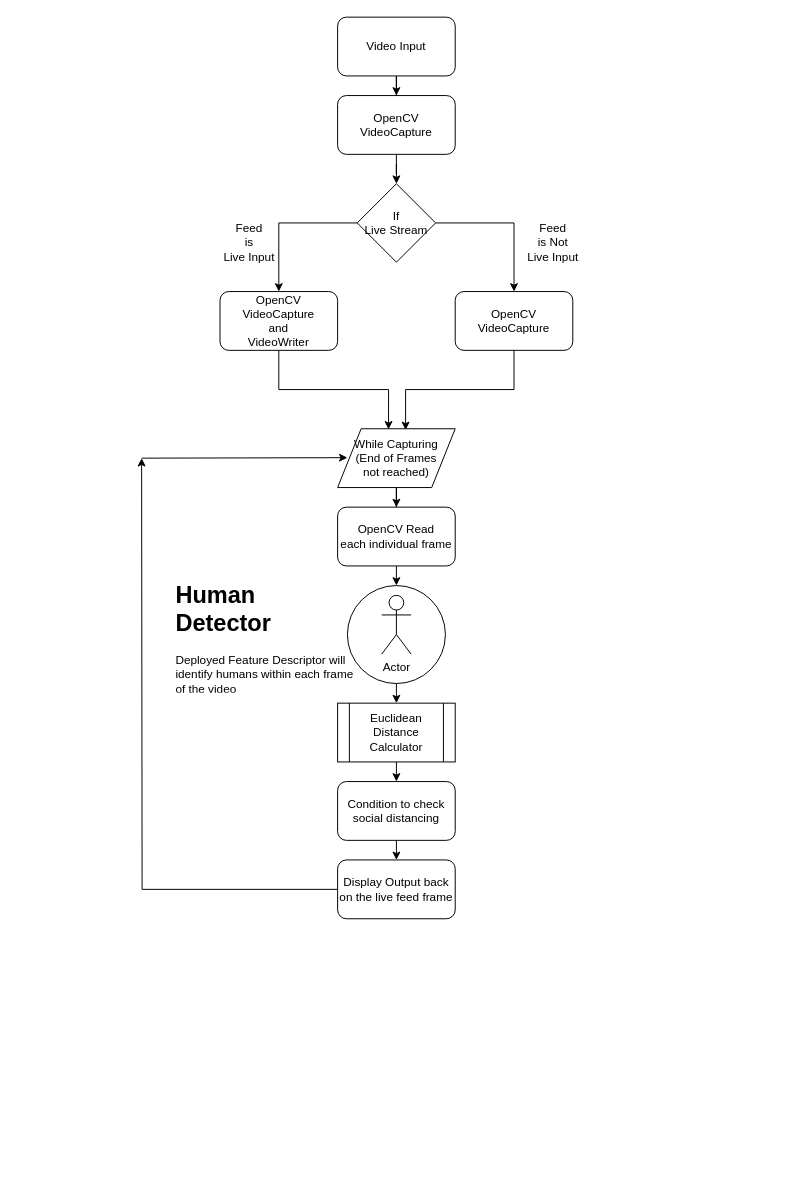
The draw.io diagram INFO-634.drawio in Vuthej/hello-world, before the edit. Source tidied: cells renumbered, new cells numbered last; positions are measured from the earlier drawing's top-left corner, leaving out a move shared by most shapes. Both pictures are drawn from the tidied source at 98%, with x=0, y=0 at pixel (141, 17).
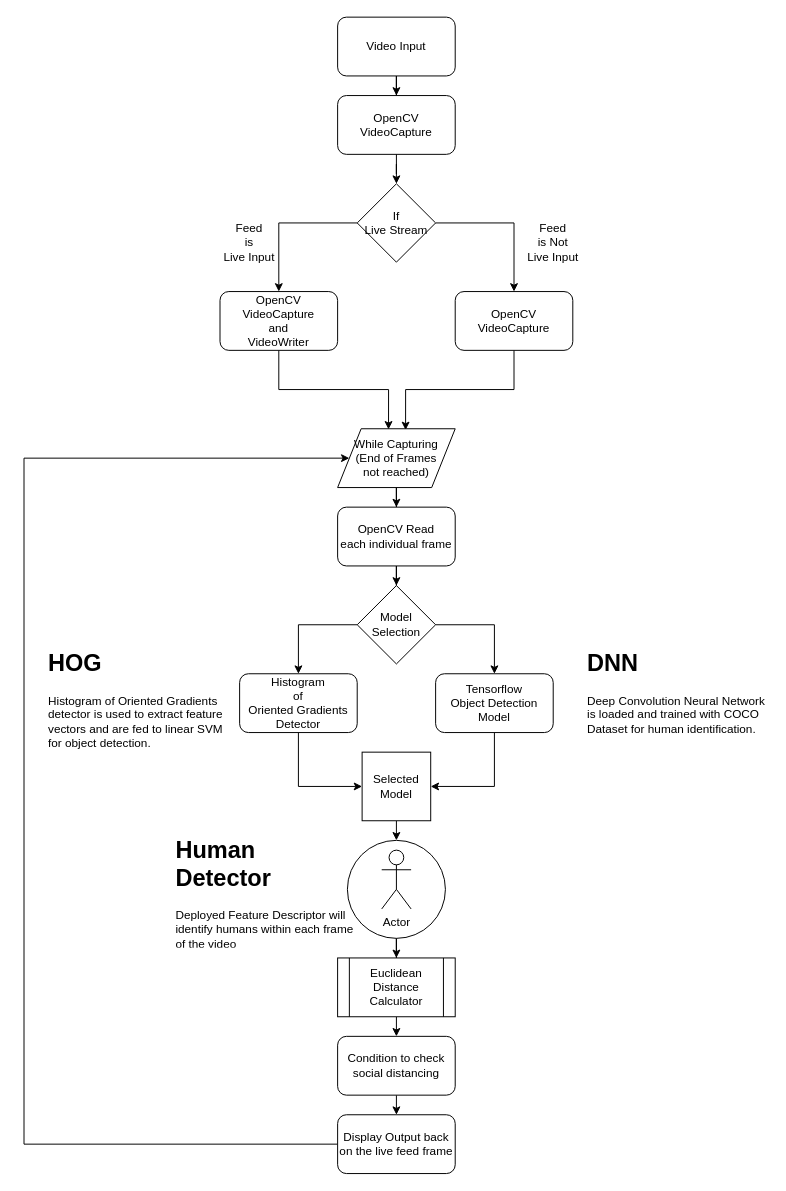
The same diagram, later.

The change refers to these unchanged cells:
```xml
<mxCell id="11" value="While Capturing&lt;br&gt;(End of Frames&lt;br&gt;not reached)" style="shape=parallelogram;perimeter=parallelogramPerimeter;whiteSpace=wrap;html=1;" parent="1" vertex="1">
  <mxGeometry x="200" y="420" width="120" height="60" as="geometry" />
</mxCell>
<mxCell id="13" value="OpenCV Read&lt;br&gt;each individual frame" style="rounded=1;whiteSpace=wrap;html=1;" parent="1" vertex="1">
  <mxGeometry x="200" y="500" width="120" height="60" as="geometry" />
</mxCell>
```

What changed in the source:
```diff
@@
-    <mxCell id="12" style="edgeStyle=orthogonalEdgeStyle;rounded=0;jettySize=auto;html=1;exitX=0.5;exitY=1;exitDx=0;exitDy=0;entryX=0.5;entryY=0;entryDx=0;entryDy=0;" parent="1" edge="1" source="13" target="15">
-      <mxGeometry relative="1" as="geometry" />
+    <mxCell id="12" style="edgeStyle=orthogonalEdgeStyle;rounded=0;jettySize=auto;html=1;exitX=0.5;exitY=1;exitDx=0;exitDy=0;entryX=0.5;entryY=0;entryDx=0;entryDy=0;" parent="1" edge="1" target="15">
+      <mxGeometry relative="1" as="geometry">
+        <mxPoint x="260" y="820" as="sourcePoint" />
+      </mxGeometry>
     </mxCell>
+    <mxCell id="30" style="edgeStyle=orthogonalEdgeStyle;rounded=0;jettySize=auto;html=1;" parent="1" edge="1" source="13" target="41">
+      <mxGeometry relative="1" as="geometry" />
+    </mxCell>
@@
-    <mxCell id="14" style="edgeStyle=orthogonalEdgeStyle;rounded=0;jettySize=auto;html=1;" parent="1" edge="1" source="15">
-      <mxGeometry relative="1" as="geometry">
-        <mxPoint x="260" y="700" as="targetPoint" />
-        <Array as="points">
-          <mxPoint x="260" y="690" />
-          <mxPoint x="260" y="690" />
-        </Array>
-      </mxGeometry>
-    </mxCell>
+    <mxCell id="31" style="edgeStyle=orthogonalEdgeStyle;rounded=0;jettySize=auto;html=1;" parent="1" edge="1" source="15" target="24">
+      <mxGeometry relative="1" as="geometry" />
+    </mxCell>
     <mxCell id="15" style="ellipse;whiteSpace=wrap;html=1;" parent="1" vertex="1">
-      <mxGeometry x="210" y="580" width="100" height="100" as="geometry" />
+      <mxGeometry x="210" y="840" width="100" height="100" as="geometry" />
     </mxCell>
     <mxCell id="16" value="Actor" style="shape=umlActor;verticalLabelPosition=bottom;labelBackgroundColor=#ffffff;verticalAlign=top;html=1;" parent="1" vertex="1">
-      <mxGeometry x="245" y="590" width="30" height="60" as="geometry" />
+      <mxGeometry x="245" y="850" width="30" height="60" as="geometry" />
     </mxCell>
     <mxCell id="17" value="&lt;h1&gt;Human Detector&lt;/h1&gt;&lt;div&gt;Deployed Feature Descriptor will identify humans within each frame of the video&lt;/div&gt;" style="text;html=1;strokeColor=none;fillColor=none;spacing=5;spacingTop=-20;whiteSpace=wrap;overflow=hidden;rounded=0;" parent="1" vertex="1">
-      <mxGeometry x="30" y="570" width="190" height="120" as="geometry" />
+      <mxGeometry x="30" y="830" width="190" height="120" as="geometry" />
     </mxCell>
@@
     <mxCell id="23" style="edgeStyle=orthogonalEdgeStyle;rounded=0;jettySize=auto;html=1;" parent="1" edge="1" source="24">
       <mxGeometry relative="1" as="geometry">
-        <mxPoint x="260" y="780" as="targetPoint" />
+        <mxPoint x="260" y="1040" as="targetPoint" />
       </mxGeometry>
     </mxCell>
     <mxCell id="24" value="Euclidean Distance Calculator" style="shape=process;whiteSpace=wrap;html=1;backgroundOutline=1;" parent="1" vertex="1">
-      <mxGeometry x="200" y="700" width="120" height="60" as="geometry" />
+      <mxGeometry x="200" y="960" width="120" height="60" as="geometry" />
     </mxCell>
     <mxCell id="25" style="edgeStyle=orthogonalEdgeStyle;rounded=0;jettySize=auto;html=1;" parent="1" edge="1" source="26">
       <mxGeometry relative="1" as="geometry">
-        <mxPoint x="260" y="860" as="targetPoint" />
+        <mxPoint x="260" y="1120" as="targetPoint" />
       </mxGeometry>
     </mxCell>
     <mxCell id="26" value="Condition to check social distancing" style="rounded=1;whiteSpace=wrap;html=1;" parent="1" vertex="1">
-      <mxGeometry x="200" y="780" width="120" height="60" as="geometry" />
+      <mxGeometry x="200" y="1040" width="120" height="60" as="geometry" />
     </mxCell>
-    <mxCell id="27" style="edgeStyle=orthogonalEdgeStyle;rounded=0;jettySize=auto;html=1;" parent="1" edge="1" source="28">
-      <mxGeometry relative="1" as="geometry">
-        <mxPoint y="450" as="targetPoint" />
-      </mxGeometry>
-    </mxCell>
+    <mxCell id="32" style="edgeStyle=orthogonalEdgeStyle;rounded=0;jettySize=auto;html=1;entryX=0;entryY=0.5;entryDx=0;entryDy=0;" parent="1" edge="1" source="28" target="11">
+      <mxGeometry relative="1" as="geometry">
+        <Array as="points">
+          <mxPoint x="-120" y="1150" />
+          <mxPoint x="-120" y="450" />
+        </Array>
+      </mxGeometry>
+    </mxCell>
     <mxCell id="28" value="Display Output back on the live feed frame" style="rounded=1;whiteSpace=wrap;html=1;" parent="1" vertex="1">
-      <mxGeometry x="200" y="860" width="120" height="60" as="geometry" />
+      <mxGeometry x="200" y="1120" width="120" height="60" as="geometry" />
     </mxCell>
-    <mxCell id="29" style="endArrow=classic;html=1;" parent="1" edge="1">
-      <mxGeometry relative="1" as="geometry">
-        <mxPoint y="450" as="sourcePoint" />
-        <mxPoint x="210" y="449.5" as="targetPoint" />
-      </mxGeometry>
-    </mxCell>
+    <mxCell id="33" style="edgeStyle=orthogonalEdgeStyle;rounded=0;jettySize=auto;html=1;entryX=0;entryY=0.5;entryDx=0;entryDy=0;" parent="1" edge="1" source="34" target="42">
+      <mxGeometry relative="1" as="geometry">
+        <Array as="points">
+          <mxPoint x="160" y="785" />
+        </Array>
+      </mxGeometry>
+    </mxCell>
+    <mxCell id="34" value="Histogram&lt;br&gt;of&lt;br&gt;Oriented Gradients&lt;br&gt;Detector" style="rounded=1;whiteSpace=wrap;html=1;" parent="1" vertex="1">
+      <mxGeometry x="100" y="670" width="120" height="60" as="geometry" />
+    </mxCell>
+    <mxCell id="35" style="edgeStyle=orthogonalEdgeStyle;rounded=0;jettySize=auto;html=1;entryX=1;entryY=0.5;entryDx=0;entryDy=0;" parent="1" edge="1" source="36" target="42">
+      <mxGeometry relative="1" as="geometry">
+        <Array as="points">
+          <mxPoint x="360" y="785" />
+        </Array>
+      </mxGeometry>
+    </mxCell>
+    <mxCell id="36" value="Tensorflow&lt;br&gt;Object Detection Model" style="rounded=1;whiteSpace=wrap;html=1;" parent="1" vertex="1">
+      <mxGeometry x="300" y="670" width="120" height="60" as="geometry" />
+    </mxCell>
+    <mxCell id="37" value="&lt;h1&gt;HOG&lt;/h1&gt;&lt;div&gt;Histogram of Oriented Gradients detector is used to extract feature vectors and are fed to linear SVM for object detection.&lt;/div&gt;" style="text;html=1;strokeColor=none;fillColor=none;spacing=5;spacingTop=-20;whiteSpace=wrap;overflow=hidden;rounded=0;" parent="1" vertex="1">
+      <mxGeometry x="-100" y="640" width="190" height="120" as="geometry" />
+    </mxCell>
+    <mxCell id="38" value="&lt;h1&gt;DNN&lt;/h1&gt;&lt;div&gt;Deep Convolution Neural Network is loaded and trained with COCO Dataset for human identification.&lt;/div&gt;" style="text;html=1;strokeColor=none;fillColor=none;spacing=5;spacingTop=-20;whiteSpace=wrap;overflow=hidden;rounded=0;" parent="1" vertex="1">
+      <mxGeometry x="450" y="640" width="190" height="120" as="geometry" />
+    </mxCell>
+    <mxCell id="39" style="edgeStyle=orthogonalEdgeStyle;rounded=0;jettySize=auto;html=1;entryX=0.5;entryY=0;entryDx=0;entryDy=0;" parent="1" edge="1" source="41" target="34">
+      <mxGeometry relative="1" as="geometry">
+        <Array as="points">
+          <mxPoint x="160" y="620" />
+        </Array>
+      </mxGeometry>
+    </mxCell>
+    <mxCell id="40" style="edgeStyle=orthogonalEdgeStyle;rounded=0;jettySize=auto;html=1;entryX=0.5;entryY=0;entryDx=0;entryDy=0;" parent="1" edge="1" source="41" target="36">
+      <mxGeometry relative="1" as="geometry">
+        <Array as="points">
+          <mxPoint x="360" y="620" />
+        </Array>
+      </mxGeometry>
+    </mxCell>
+    <mxCell id="41" value="Model Selection" style="rhombus;whiteSpace=wrap;html=1;" parent="1" vertex="1">
+      <mxGeometry x="220" y="580" width="80" height="80" as="geometry" />
+    </mxCell>
+    <mxCell id="42" value="Selected Model" style="whiteSpace=wrap;html=1;" parent="1" vertex="1">
+      <mxGeometry x="225" y="750" width="70" height="70" as="geometry" />
+    </mxCell>
```
